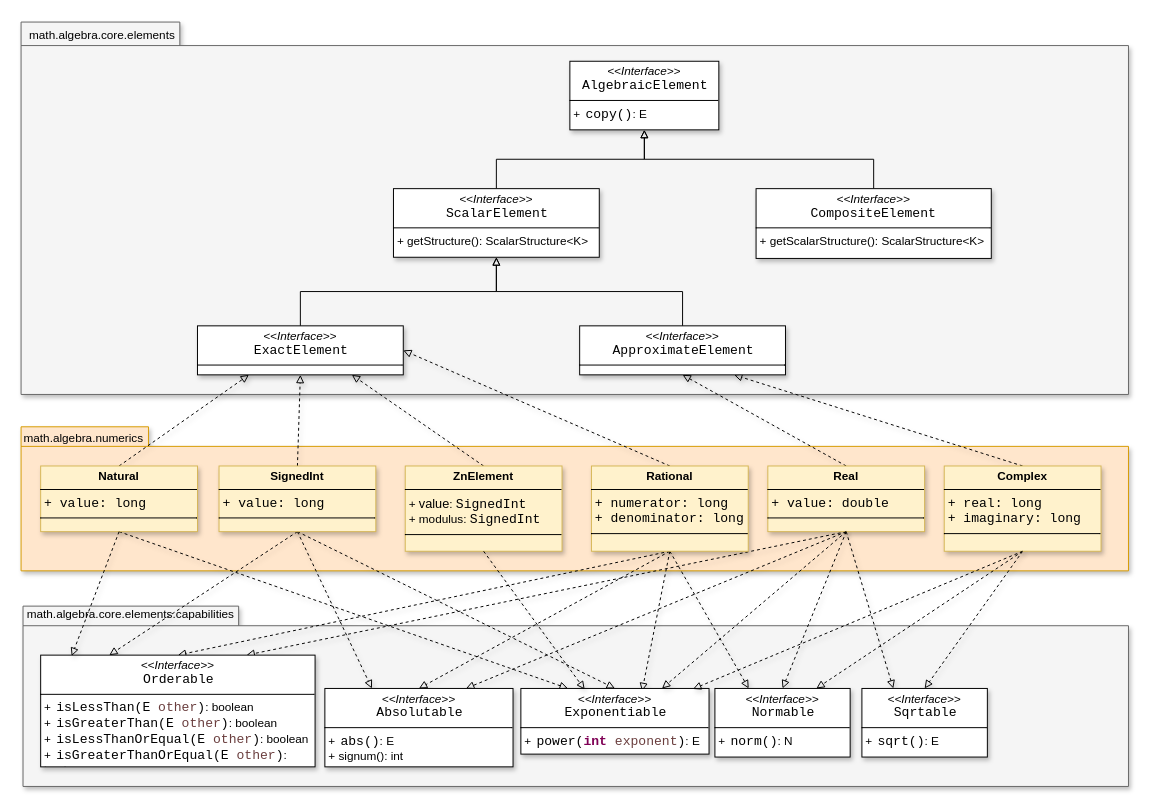
Before: page "algebra-elements" (1 of 5) of resources/SMFN.drawio in gom9000/SMFN, a draw.io diagram. Source tidied: cells renumbered, new cells numbered last; positions are measured from the earlier drawing's top-left corner, leaving out a move shared by most shapes. Both pictures are drawn from the tidied source at 98%, with x=0, y=0 at pixel (21, 21).
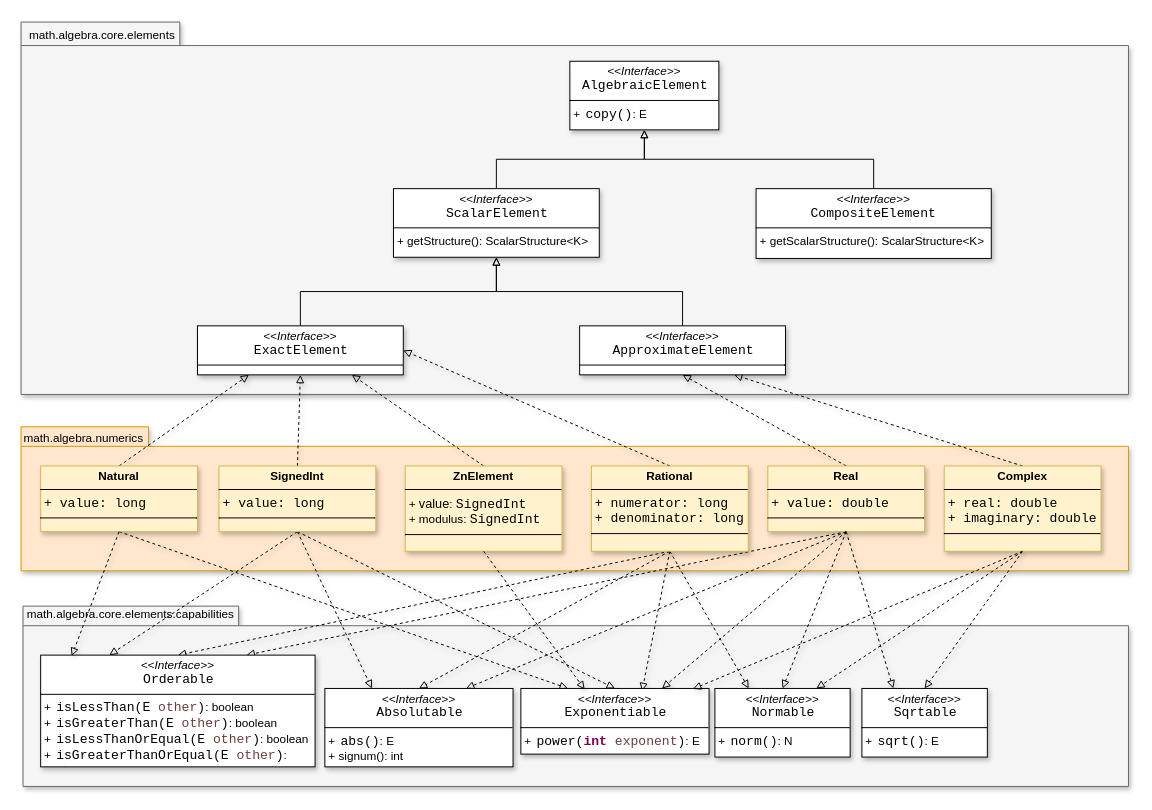
The same diagram, later.

What changed in the source:
```diff
@@
-    <mxCell id="28" value="&lt;p style=&quot;margin:0px;margin-top:4px;text-align:center;&quot;&gt;&lt;b style=&quot;&quot;&gt;Complex&lt;/b&gt;&lt;/p&gt;&lt;hr size=&quot;1&quot; style=&quot;border-style:solid;&quot;&gt;&lt;p style=&quot;margin:0px;margin-left:4px;&quot;&gt;&lt;span style=&quot;color: light-dark(rgb(0, 0, 0), rgb(255, 255, 255)); font-family: Consolas; font-size: 10pt; white-space: pre; background-color: transparent;&quot;&gt;+ real: long&lt;/span&gt;&lt;/p&gt;&lt;p style=&quot;margin:0px;margin-left:4px;&quot;&gt;&lt;span style=&quot;color: light-dark(rgb(0, 0, 0), rgb(255, 255, 255)); font-family: Consolas; font-size: 10pt; white-space: pre;&quot;&gt;+ imaginary: long&lt;/span&gt;&lt;/p&gt;&lt;hr size=&quot;1&quot; style=&quot;border-style:solid;&quot;&gt;&lt;p style=&quot;margin:0px;margin-left:4px;&quot;&gt;&lt;br&gt;&lt;/p&gt;" style="verticalAlign=top;align=left;overflow=fill;html=1;whiteSpace=wrap;fillColor=#fff2cc;strokeColor=#d6b656;labelBackgroundColor=none;shadow=1;" parent="1" vertex="1">
+    <mxCell id="28" value="&lt;p style=&quot;margin:0px;margin-top:4px;text-align:center;&quot;&gt;&lt;b style=&quot;&quot;&gt;Complex&lt;/b&gt;&lt;/p&gt;&lt;hr size=&quot;1&quot; style=&quot;border-style:solid;&quot;&gt;&lt;p style=&quot;margin:0px;margin-left:4px;&quot;&gt;&lt;span style=&quot;color: light-dark(rgb(0, 0, 0), rgb(255, 255, 255)); font-family: Consolas; font-size: 10pt; white-space: pre; background-color: transparent;&quot;&gt;+ real: double&lt;/span&gt;&lt;/p&gt;&lt;p style=&quot;margin:0px;margin-left:4px;&quot;&gt;&lt;span style=&quot;color: light-dark(rgb(0, 0, 0), rgb(255, 255, 255)); font-family: Consolas; font-size: 10pt; white-space: pre;&quot;&gt;+ imaginary: double&lt;/span&gt;&lt;/p&gt;&lt;hr size=&quot;1&quot; style=&quot;border-style:solid;&quot;&gt;&lt;p style=&quot;margin:0px;margin-left:4px;&quot;&gt;&lt;br&gt;&lt;/p&gt;" style="verticalAlign=top;align=left;overflow=fill;html=1;whiteSpace=wrap;fillColor=#fff2cc;strokeColor=#d6b656;labelBackgroundColor=none;shadow=1;" parent="1" vertex="1">
       <mxGeometry x="942" y="454" width="160" height="87" as="geometry" />
     </mxCell>
```
